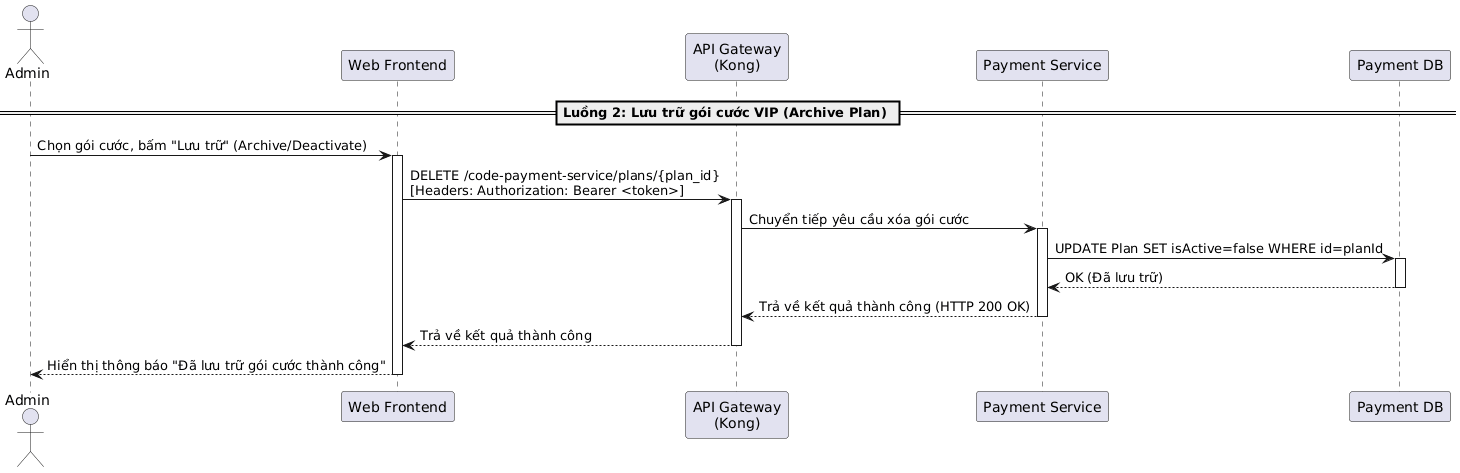
Above: temp/05-sequence/UML-Sequence-25.png in 20206205Tech/docs-uml (PlantUML), before the change.
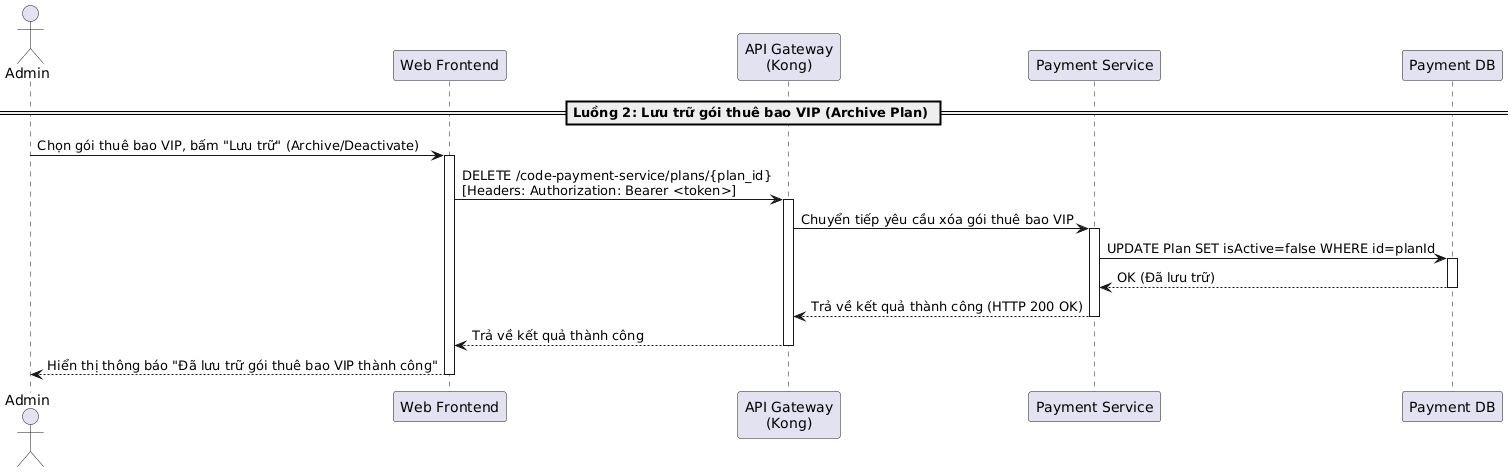
After the change.

What changed in the source:
```diff
@@ -5,12 +5,12 @@
 participant "Payment Service" as PaymentService
 participant "Payment DB" as DB
 
-== Luồng 2: Lưu trữ gói cước VIP (Archive Plan) ==
-Admin -> Frontend: Chọn gói cước, bấm "Lưu trữ" (Archive/Deactivate)
+== Luồng 2: Lưu trữ gói thuê bao VIP (Archive Plan) ==
+Admin -> Frontend: Chọn gói thuê bao VIP, bấm "Lưu trữ" (Archive/Deactivate)
 activate Frontend
 Frontend -> Kong: DELETE /code-payment-service/plans/{plan_id}\n[Headers: Authorization: Bearer <token>]
 activate Kong
-Kong -> PaymentService: Chuyển tiếp yêu cầu xóa gói cước
+Kong -> PaymentService: Chuyển tiếp yêu cầu xóa gói thuê bao VIP
 activate PaymentService
 
 PaymentService -> DB: UPDATE Plan SET isActive=false WHERE id=planId
@@ -22,6 +22,6 @@
 deactivate PaymentService
 Kong --> Frontend: Trả về kết quả thành công
 deactivate Kong
-Frontend --> Admin: Hiển thị thông báo "Đã lưu trữ gói cước thành công"
+Frontend --> Admin: Hiển thị thông báo "Đã lưu trữ gói thuê bao VIP thành công"
 deactivate Frontend
 @enduml
```
